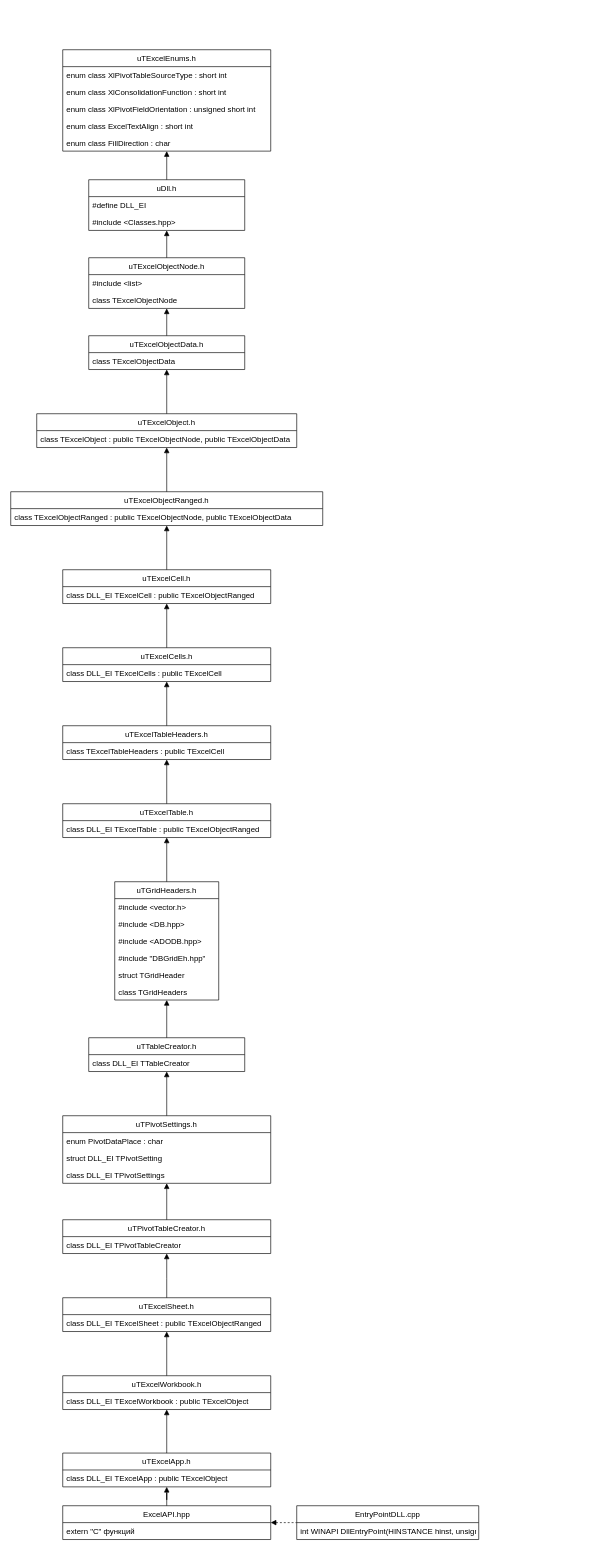
Before: page "Включения заголовков" (4 of 5) of doc/TExcel.drawio in GeorgyGogol/Dll-Excel-OLE-API, a draw.io diagram. Source tidied: cells renumbered, new cells numbered last; positions are measured from the earlier drawing's top-left corner, leaving out a move shared by most shapes. Both pictures are drawn from the tidied source at 65%, with x=0, y=0 at pixel (10, 49).
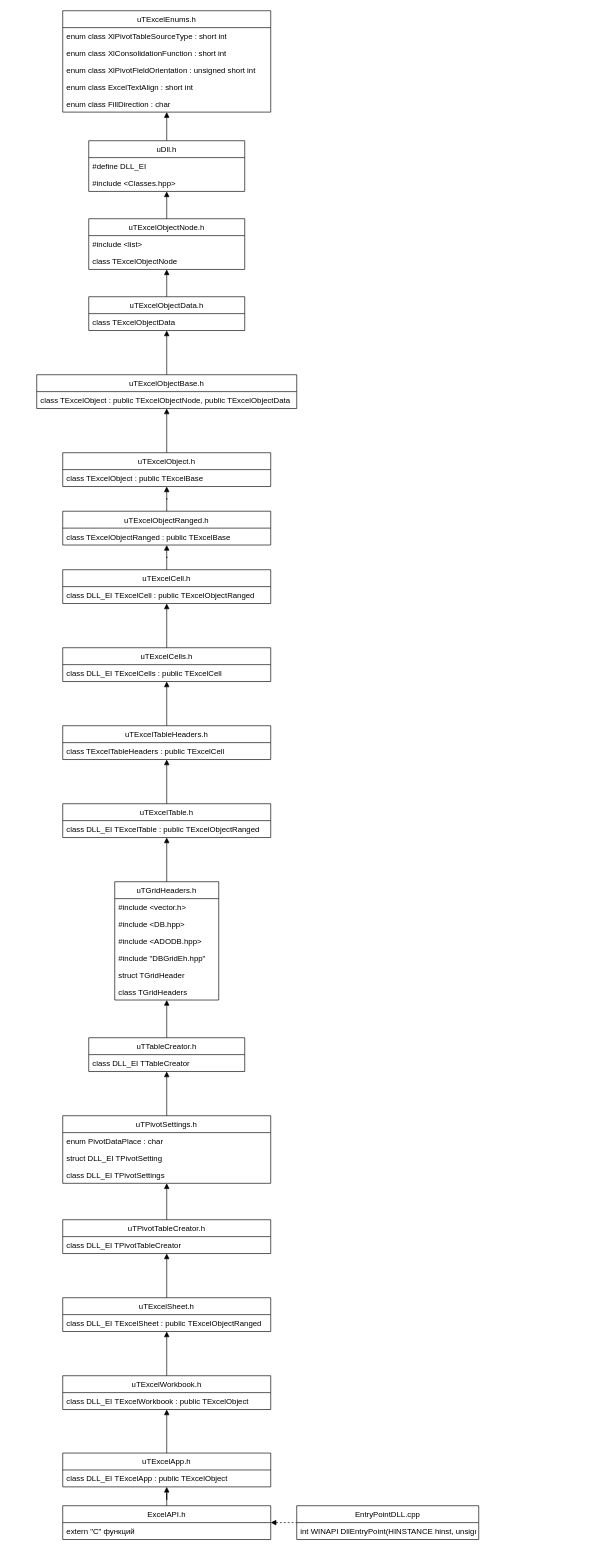
Above is the later version.

What changed in the source:
```diff
@@
     <mxCell id="2" value="uTExcelObject.h" style="swimlane;fontStyle=0;horizontal=1;startSize=26;fillColor=none;" parent="1" vertex="1">
-      <mxGeometry x="40" y="560" width="400" height="52" as="geometry" />
+      <mxGeometry x="80" y="620" width="320" height="52" as="geometry" />
     </mxCell>
-    <mxCell id="3" value="class TExcelObject : public TExcelObjectNode, public TExcelObjectData" style="text;strokeColor=none;fillColor=none;align=left;verticalAlign=top;spacingLeft=4;spacingRight=4;overflow=hidden;" parent="2" vertex="1">
-      <mxGeometry y="26" width="400" height="26" as="geometry" />
+    <mxCell id="3" value="class TExcelObject : public TExcelBase" style="text;strokeColor=none;fillColor=none;align=left;verticalAlign=top;spacingLeft=4;spacingRight=4;overflow=hidden;" parent="2" vertex="1">
+      <mxGeometry y="26" width="320" height="26" as="geometry" />
     </mxCell>
@@
-    <mxCell id="12" value="ExcelAPI.hpp" style="swimlane;fontStyle=0;horizontal=1;startSize=26;fillColor=none;" parent="1" vertex="1">
+    <mxCell id="12" value="ExcelAPI.h" style="swimlane;fontStyle=0;horizontal=1;startSize=26;fillColor=none;" parent="1" vertex="1">
       <mxGeometry x="80" y="2240" width="320" height="52" as="geometry" />
     </mxCell>
@@
     <mxCell id="25" value="uTExcelEnums.h" style="swimlane;fontStyle=0;horizontal=1;startSize=26;fillColor=none;" parent="1" vertex="1">
-      <mxGeometry x="80" width="320" height="156" as="geometry" />
+      <mxGeometry x="80" y="-60" width="320" height="156" as="geometry" />
     </mxCell>
@@
     <mxCell id="32" value="uTExcelObjectRanged.h" style="swimlane;fontStyle=0;horizontal=1;startSize=26;fillColor=none;" parent="1" vertex="1">
-      <mxGeometry y="680" width="480" height="52" as="geometry" />
+      <mxGeometry x="80" y="710" width="320" height="52" as="geometry" />
     </mxCell>
-    <mxCell id="33" value="class TExcelObjectRanged : public TExcelObjectNode, public TExcelObjectData" style="text;strokeColor=none;fillColor=none;align=left;verticalAlign=top;spacingLeft=4;spacingRight=4;overflow=hidden;" parent="32" vertex="1">
-      <mxGeometry y="26" width="480" height="26" as="geometry" />
+    <mxCell id="33" value="class TExcelObjectRanged : public TExcelBase" style="text;strokeColor=none;fillColor=none;align=left;verticalAlign=top;spacingLeft=4;spacingRight=4;overflow=hidden;" parent="32" vertex="1">
+      <mxGeometry y="26" width="320" height="26" as="geometry" />
     </mxCell>
@@
     <mxCell id="36" value="uDll.h" style="swimlane;fontStyle=0;horizontal=1;startSize=26;fillColor=none;" parent="1" vertex="1">
-      <mxGeometry x="120" y="200" width="240" height="78" as="geometry" />
+      <mxGeometry x="120" y="140" width="240" height="78" as="geometry" />
     </mxCell>
@@
     <mxCell id="62" value="uTExcelObjectNode.h" style="swimlane;fontStyle=0;horizontal=1;startSize=26;fillColor=none;" parent="1" vertex="1">
-      <mxGeometry x="120" y="320" width="240" height="78" as="geometry" />
+      <mxGeometry x="120" y="260" width="240" height="78" as="geometry" />
     </mxCell>
@@
-    <mxCell id="65" style="edgeStyle=orthogonalEdgeStyle;shape=connector;rounded=0;jettySize=auto;html=1;entryX=0.5;entryY=0;entryDx=0;entryDy=0;labelBackgroundColor=default;strokeColor=default;fontFamily=Helvetica;fontSize=11;fontColor=default;startArrow=block;startFill=1;endArrow=none;endFill=0;" parent="1" edge="1" source="66" target="2">
-      <mxGeometry relative="1" as="geometry" />
-    </mxCell>
+    <mxCell id="71" style="edgeStyle=orthogonalEdgeStyle;shape=connector;rounded=0;jettySize=auto;html=1;entryX=0.5;entryY=0;entryDx=0;entryDy=0;labelBackgroundColor=default;strokeColor=default;fontFamily=Helvetica;fontSize=11;fontColor=default;startArrow=block;startFill=1;endArrow=none;endFill=0;" parent="1" edge="1" source="66" target="73">
+      <mxGeometry relative="1" as="geometry" />
+    </mxCell>
     <mxCell id="66" value="uTExcelObjectData.h" style="swimlane;fontStyle=0;horizontal=1;startSize=26;fillColor=none;" parent="1" vertex="1">
-      <mxGeometry x="120" y="440" width="240" height="52" as="geometry" />
+      <mxGeometry x="120" y="380" width="240" height="52" as="geometry" />
     </mxCell>
@@
+    <mxCell id="72" style="edgeStyle=orthogonalEdgeStyle;shape=connector;rounded=0;jettySize=auto;html=1;entryX=0.5;entryY=0;entryDx=0;entryDy=0;labelBackgroundColor=default;strokeColor=default;fontFamily=Helvetica;fontSize=11;fontColor=default;startArrow=block;startFill=1;endArrow=none;endFill=0;" parent="1" edge="1" source="73" target="2">
+      <mxGeometry relative="1" as="geometry" />
+    </mxCell>
+    <mxCell id="73" value="uTExcelObjectBase.h" style="swimlane;fontStyle=0;horizontal=1;startSize=26;fillColor=none;" parent="1" vertex="1">
+      <mxGeometry x="40" y="500" width="400" height="52" as="geometry" />
+    </mxCell>
+    <mxCell id="74" value="class TExcelObject : public TExcelObjectNode, public TExcelObjectData" style="text;strokeColor=none;fillColor=none;align=left;verticalAlign=top;spacingLeft=4;spacingRight=4;overflow=hidden;" parent="73" vertex="1">
+      <mxGeometry y="26" width="400" height="26" as="geometry" />
+    </mxCell>
```
